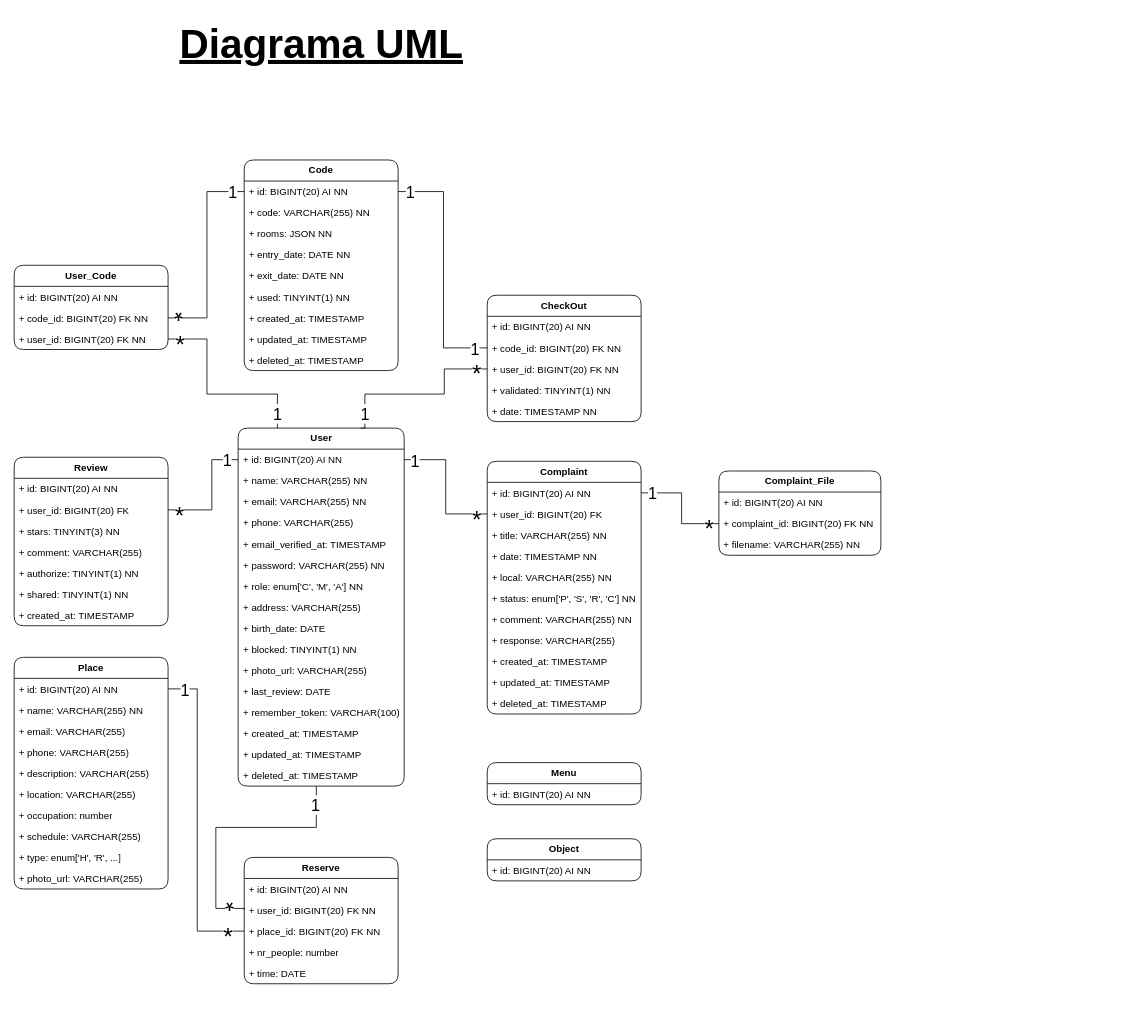
Happy-Guest/HG-Notes keeps this draw.io diagram as page "Diagrama UML" (1 of 2) of HappyGuest.drawio. Above is the earlier version. Source tidied: cells renumbered, new cells numbered last; positions are measured from the earlier drawing's top-left corner, leaving out a move shared by most shapes. Both pictures are drawn from the tidied source at 81%, with x=0, y=0 at pixel (14, 14).
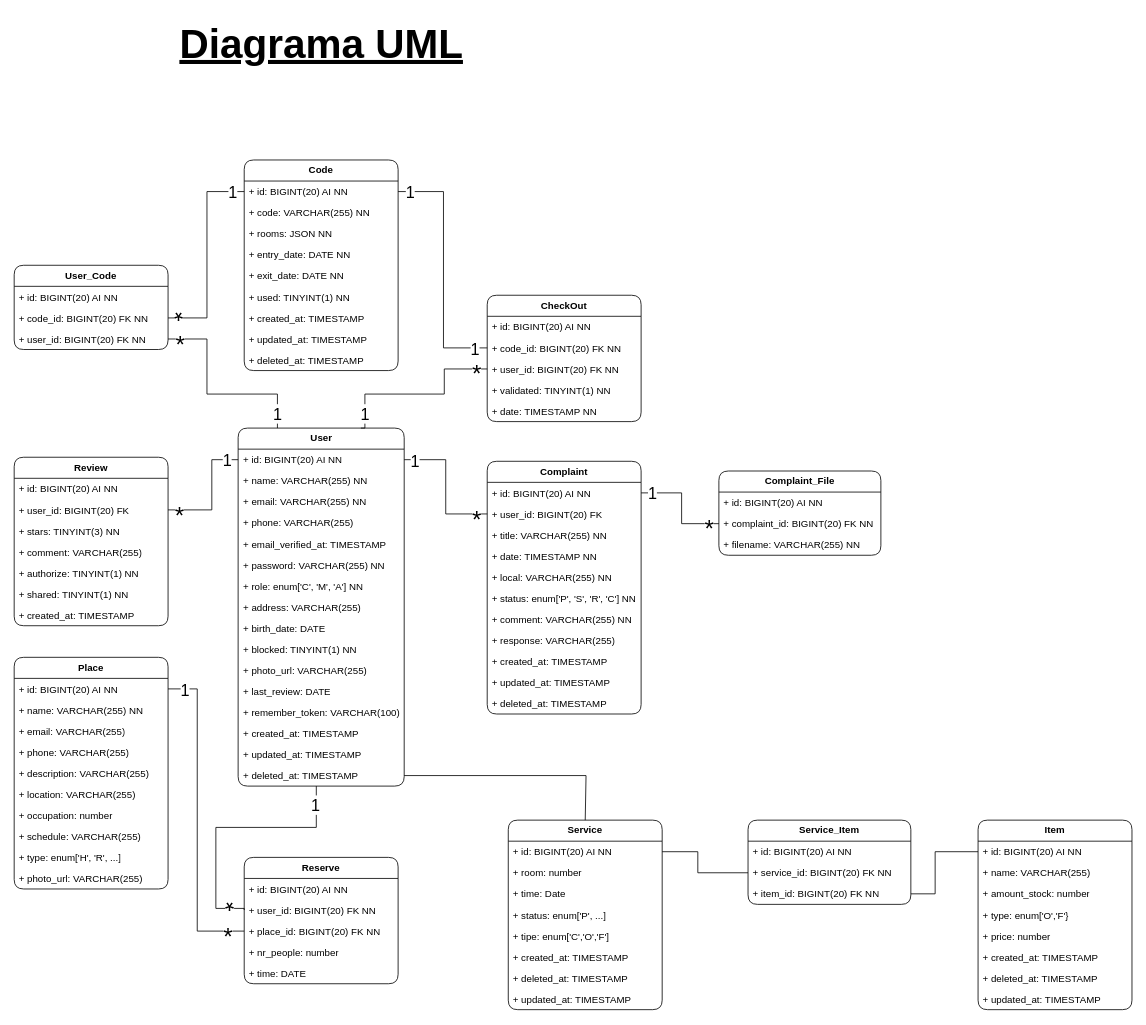
After the change.

The change refers to these unchanged cells:
```xml
<mxCell id="18" value="+ deleted_at: TIMESTAMP" style="text;strokeColor=none;fillColor=none;align=left;verticalAlign=top;spacingLeft=4;spacingRight=4;overflow=hidden;points=[[0,0.5],[1,0.5]];portConstraint=eastwest;whiteSpace=wrap;html=1;" parent="2" vertex="1">
  <mxGeometry y="416" width="205" height="26" as="geometry" />
</mxCell>
<mxCell id="88" value="+ id: BIGINT(20) AI NN" style="text;strokeColor=none;fillColor=none;align=left;verticalAlign=top;spacingLeft=4;spacingRight=4;overflow=hidden;points=[[0,0.5],[1,0.5]];portConstraint=eastwest;whiteSpace=wrap;html=1;" parent="87" vertex="1">
  <mxGeometry y="26" width="190" height="26" as="geometry" />
</mxCell>
```

Change to the diagram source:
```diff
@@
-    <mxCell id="85" value="&lt;b&gt;Menu&lt;/b&gt;" style="swimlane;fontStyle=0;horizontal=1;startSize=26;fillColor=none;whiteSpace=wrap;html=1;perimeterSpacing=0;rounded=1;" parent="1" vertex="1">
-      <mxGeometry x="584" y="924" width="190" height="52" as="geometry" />
-    </mxCell>
-    <mxCell id="86" value="+ id: BIGINT(20) AI NN" style="text;strokeColor=none;fillColor=none;align=left;verticalAlign=top;spacingLeft=4;spacingRight=4;overflow=hidden;points=[[0,0.5],[1,0.5]];portConstraint=eastwest;whiteSpace=wrap;html=1;" parent="85" vertex="1">
-      <mxGeometry y="26" width="190" height="26" as="geometry" />
-    </mxCell>
-    <mxCell id="87" value="&lt;b&gt;Object&lt;/b&gt;" style="swimlane;fontStyle=0;horizontal=1;startSize=26;fillColor=none;whiteSpace=wrap;html=1;perimeterSpacing=0;rounded=1;" parent="1" vertex="1">
-      <mxGeometry x="584" y="1018" width="190" height="52" as="geometry" />
+    <mxCell id="87" value="&lt;b&gt;Item&lt;/b&gt;" style="swimlane;fontStyle=0;horizontal=1;startSize=26;fillColor=none;whiteSpace=wrap;html=1;perimeterSpacing=0;rounded=1;" parent="1" vertex="1">
+      <mxGeometry x="1190" y="995" width="190" height="234" as="geometry" />
     </mxCell>
@@
+    <mxCell id="112" value="+ name: VARCHAR(255)&amp;nbsp;" style="text;strokeColor=none;fillColor=none;align=left;verticalAlign=top;spacingLeft=4;spacingRight=4;overflow=hidden;whiteSpace=wrap;html=1;" parent="87" vertex="1">
+      <mxGeometry y="52" width="190" height="26" as="geometry" />
+    </mxCell>
+    <mxCell id="113" value="+ amount_stock: number" style="text;strokeColor=none;fillColor=none;align=left;verticalAlign=top;spacingLeft=4;spacingRight=4;overflow=hidden;whiteSpace=wrap;html=1;" parent="87" vertex="1">
+      <mxGeometry y="78" width="190" height="26" as="geometry" />
+    </mxCell>
+    <mxCell id="114" value="+ type: enum['O','F'}" style="text;strokeColor=none;fillColor=none;align=left;verticalAlign=top;spacingLeft=4;spacingRight=4;overflow=hidden;whiteSpace=wrap;html=1;" parent="87" vertex="1">
+      <mxGeometry y="104" width="190" height="26" as="geometry" />
+    </mxCell>
+    <mxCell id="115" value="+ price: number" style="text;strokeColor=none;fillColor=none;align=left;verticalAlign=top;spacingLeft=4;spacingRight=4;overflow=hidden;whiteSpace=wrap;html=1;" parent="87" vertex="1">
+      <mxGeometry y="130" width="190" height="26" as="geometry" />
+    </mxCell>
+    <mxCell id="116" value="+ created_at: TIMESTAMP" style="text;strokeColor=none;fillColor=none;align=left;verticalAlign=top;spacingLeft=4;spacingRight=4;overflow=hidden;whiteSpace=wrap;html=1;" parent="87" vertex="1">
+      <mxGeometry y="156" width="190" height="26" as="geometry" />
+    </mxCell>
+    <mxCell id="117" value="+ deleted_at: TIMESTAMP" style="text;strokeColor=none;fillColor=none;align=left;verticalAlign=top;spacingLeft=4;spacingRight=4;overflow=hidden;whiteSpace=wrap;html=1;" parent="87" vertex="1">
+      <mxGeometry y="182" width="190" height="26" as="geometry" />
+    </mxCell>
+    <mxCell id="118" value="+ updated_at: TIMESTAMP" style="text;strokeColor=none;fillColor=none;align=left;verticalAlign=top;spacingLeft=4;spacingRight=4;overflow=hidden;whiteSpace=wrap;html=1;" parent="87" vertex="1">
+      <mxGeometry y="208" width="190" height="26" as="geometry" />
+    </mxCell>
@@
+    <mxCell id="119" value="&lt;b&gt;Service&lt;br&gt;&lt;/b&gt;" style="swimlane;fontStyle=0;horizontal=1;startSize=26;fillColor=none;whiteSpace=wrap;html=1;perimeterSpacing=0;rounded=1;" parent="1" vertex="1">
+      <mxGeometry x="610" y="995" width="190" height="234" as="geometry" />
+    </mxCell>
+    <mxCell id="86" value="+ id: BIGINT(20) AI NN" style="text;strokeColor=none;fillColor=none;align=left;verticalAlign=top;spacingLeft=4;spacingRight=4;overflow=hidden;points=[[0,0.5],[1,0.5]];portConstraint=eastwest;whiteSpace=wrap;html=1;" parent="119" vertex="1">
+      <mxGeometry y="26" width="190" height="26" as="geometry" />
+    </mxCell>
+    <mxCell id="120" value="+ room: number&amp;nbsp;" style="text;strokeColor=none;fillColor=none;align=left;verticalAlign=top;spacingLeft=4;spacingRight=4;overflow=hidden;whiteSpace=wrap;html=1;" parent="119" vertex="1">
+      <mxGeometry y="52" width="190" height="26" as="geometry" />
+    </mxCell>
+    <mxCell id="121" value="+ time: Date" style="text;strokeColor=none;fillColor=none;align=left;verticalAlign=top;spacingLeft=4;spacingRight=4;overflow=hidden;whiteSpace=wrap;html=1;" parent="119" vertex="1">
+      <mxGeometry y="78" width="190" height="26" as="geometry" />
+    </mxCell>
+    <mxCell id="122" value="+ status: enum['P', ...]" style="text;strokeColor=none;fillColor=none;align=left;verticalAlign=top;spacingLeft=4;spacingRight=4;overflow=hidden;whiteSpace=wrap;html=1;" parent="119" vertex="1">
+      <mxGeometry y="104" width="190" height="26" as="geometry" />
+    </mxCell>
+    <mxCell id="123" value="+ tipe: enum['C','O','F']" style="text;strokeColor=none;fillColor=none;align=left;verticalAlign=top;spacingLeft=4;spacingRight=4;overflow=hidden;whiteSpace=wrap;html=1;" parent="119" vertex="1">
+      <mxGeometry y="130" width="190" height="26" as="geometry" />
+    </mxCell>
+    <mxCell id="124" value="+ created_at: TIMESTAMP" style="text;strokeColor=none;fillColor=none;align=left;verticalAlign=top;spacingLeft=4;spacingRight=4;overflow=hidden;whiteSpace=wrap;html=1;" parent="119" vertex="1">
+      <mxGeometry y="156" width="190" height="26" as="geometry" />
+    </mxCell>
+    <mxCell id="125" value="+ deleted_at: TIMESTAMP" style="text;strokeColor=none;fillColor=none;align=left;verticalAlign=top;spacingLeft=4;spacingRight=4;overflow=hidden;whiteSpace=wrap;html=1;" parent="119" vertex="1">
+      <mxGeometry y="182" width="190" height="26" as="geometry" />
+    </mxCell>
+    <mxCell id="126" value="+ updated_at: TIMESTAMP" style="text;strokeColor=none;fillColor=none;align=left;verticalAlign=top;spacingLeft=4;spacingRight=4;overflow=hidden;whiteSpace=wrap;html=1;" parent="119" vertex="1">
+      <mxGeometry y="208" width="190" height="26" as="geometry" />
+    </mxCell>
+    <mxCell id="127" value="&lt;b&gt;Service_Item&lt;/b&gt;" style="swimlane;fontStyle=0;horizontal=1;startSize=26;fillColor=none;whiteSpace=wrap;html=1;perimeterSpacing=0;rounded=1;" parent="1" vertex="1">
+      <mxGeometry x="906" y="995" width="201" height="104" as="geometry" />
+    </mxCell>
+    <mxCell id="128" value="+ id: BIGINT(20) AI NN" style="text;strokeColor=none;fillColor=none;align=left;verticalAlign=top;spacingLeft=4;spacingRight=4;overflow=hidden;whiteSpace=wrap;html=1;" parent="127" vertex="1">
+      <mxGeometry y="26" width="201" height="26" as="geometry" />
+    </mxCell>
+    <mxCell id="129" value="+ service_id: BIGINT(20) FK NN" style="text;strokeColor=none;fillColor=none;align=left;verticalAlign=top;spacingLeft=4;spacingRight=4;overflow=hidden;points=[[0,0.5],[1,0.5]];portConstraint=eastwest;whiteSpace=wrap;html=1;" parent="127" vertex="1">
+      <mxGeometry y="52" width="201" height="26" as="geometry" />
+    </mxCell>
+    <mxCell id="130" value="+ item_id: BIGINT(20) FK NN" style="text;strokeColor=none;fillColor=none;align=left;verticalAlign=top;spacingLeft=4;spacingRight=4;overflow=hidden;points=[[0,0.5],[1,0.5]];portConstraint=eastwest;whiteSpace=wrap;html=1;" parent="127" vertex="1">
+      <mxGeometry y="78" width="201" height="26" as="geometry" />
+    </mxCell>
+    <mxCell id="131" style="endArrow=none;html=1;rounded=0;entryX=0;entryY=0.5;entryDx=0;entryDy=0;exitX=1;exitY=0.5;exitDx=0;exitDy=0;" parent="1" edge="1" source="86" target="129">
+      <mxGeometry relative="1" as="geometry">
+        <Array as="points">
+          <mxPoint x="844" y="1034" />
+          <mxPoint x="844" y="1060" />
+        </Array>
+      </mxGeometry>
+    </mxCell>
+    <mxCell id="132" style="endArrow=none;html=1;rounded=0;entryX=0;entryY=0.5;entryDx=0;entryDy=0;exitX=1;exitY=0.5;exitDx=0;exitDy=0;" parent="1" edge="1" source="130" target="88">
+      <mxGeometry relative="1" as="geometry">
+        <Array as="points">
+          <mxPoint x="1137" y="1086" />
+          <mxPoint x="1137" y="1034" />
+        </Array>
+      </mxGeometry>
+    </mxCell>
+    <mxCell id="133" style="endArrow=none;html=1;rounded=0;exitX=1;exitY=0.5;exitDx=0;exitDy=0;entryX=0.5;entryY=0;entryDx=0;entryDy=0;" parent="1" edge="1" source="18" target="119">
+      <mxGeometry relative="1" as="geometry">
+        <Array as="points">
+          <mxPoint x="706" y="940" />
+        </Array>
+      </mxGeometry>
+    </mxCell>
```
